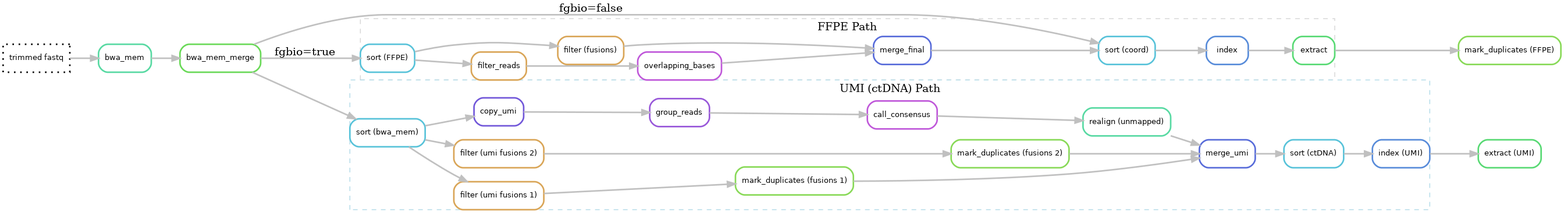
The Graphviz diagram docs/images/alignment.png in genomic-medicine-sweden/Twist_Solid, before a commit. Its source is kept beside it as docs/images/alignment.dot. Its diagram source:
```dot
digraph snakemake_dag {
    rankdir=LR;
    graph[bgcolor=white, margin=0];
    node[shape=box, style=rounded, fontname=sans, fontsize=10, penwidth=2];
    edge[penwidth=2, color=grey];

    8[label = "trimmed fastq", color = "0.0 0.0 0.0", style="dotted"];

    5[label = "bwa_mem", color = "0.43 0.6 0.85", style="rounded"];
    4[label = "bwa_mem_merge", color = "0.31 0.6 0.85", style="rounded"];

    8 -> 5
    5 -> 4

    subgraph cluster_ffpe {
        label = "FFPE Path";
        color = lightgrey;
        style = dashed;

        f1[label = "filter_reads", color = "0.1 0.6 0.85", style="rounded"];
        f1f[label = "filter (fusions)", color = "0.1 0.6 0.85", style="rounded"];
        s1[label = "sort (FFPE)", color = "0.53 0.6 0.85", style="rounded"];
        o1[label = "overlapping_bases", color = "0.80 0.6 0.85", style="rounded"];
        m1[label = "merge_final", color = "0.64 0.6 0.85", style="rounded"];
        s1f[label = "sort (coord)", color = "0.53 0.6 0.85", style="rounded"];
        i1[label = "index", color = "0.60 0.6 0.85", style="rounded"];
        ex1[label = "extract", color = "0.37 0.6 0.85", style="rounded"];
        d1[label = "mark_duplicates (FFPE)", color = "0.27 0.6 0.85", style="rounded"];

        s1 -> f1
        s1 -> f1f
        f1 -> o1
        o1 -> m1
        f1f -> m1
        m1 -> s1f
        s1f -> i1
        i1 -> ex1
        ex1 -> d1
    }

    subgraph cluster_umi {
        label = "UMI (ctDNA) Path";
        color = lightblue;
        style = dashed;

        f2f1[label = "filter (umi fusions 1)", color = "0.1 0.6 0.85", style="rounded"];
        f2f2[label = "filter (umi fusions 2)", color = "0.1 0.6 0.85", style="rounded"];
        s0[label = "sort (bwa_mem)", color = "0.53 0.6 0.85", style="rounded"];
        20[label = "copy_umi", color = "0.70 0.6 0.85", style="rounded"];
        21[label = "group_reads", color = "0.75 0.6 0.85", style="rounded"];
        22[label = "call_consensus", color = "0.80 0.6 0.85", style="rounded"];
        re_unm[label = "realign (unmapped)", color = "0.43 0.6 0.85", style="rounded"];
        d_f1[label = "mark_duplicates (fusions 1)", color = "0.27 0.6 0.85", style="rounded"];
        d_f2[label = "mark_duplicates (fusions 2)", color = "0.27 0.6 0.85", style="rounded"];
        m2[label = "merge_umi", color = "0.64 0.6 0.85", style="rounded"];
        s2[label = "sort (ctDNA)", color = "0.53 0.6 0.85", style="rounded"];
        i2[label = "index (UMI)", color = "0.60 0.6 0.85", style="rounded"];
        ex2[label = "extract (UMI)", color = "0.37 0.6 0.85", style="rounded"];

        s0 -> f2f1
        s0 -> f2f2
        s0 -> 20
        20 -> 21
        21 -> 22
        22 -> re_unm
        f2f1 -> d_f1
        f2f2 -> d_f2
        d_f1 -> m2
        d_f2 -> m2
        re_unm -> m2
        m2 -> s2
        s2 -> i2
        i2 -> ex2
    }

    4 -> s1 [label="fgbio=true"]
    4 -> s1f [label="fgbio=false"]

    4 -> s0

    { rank = same; d1; ex2; }
}

```
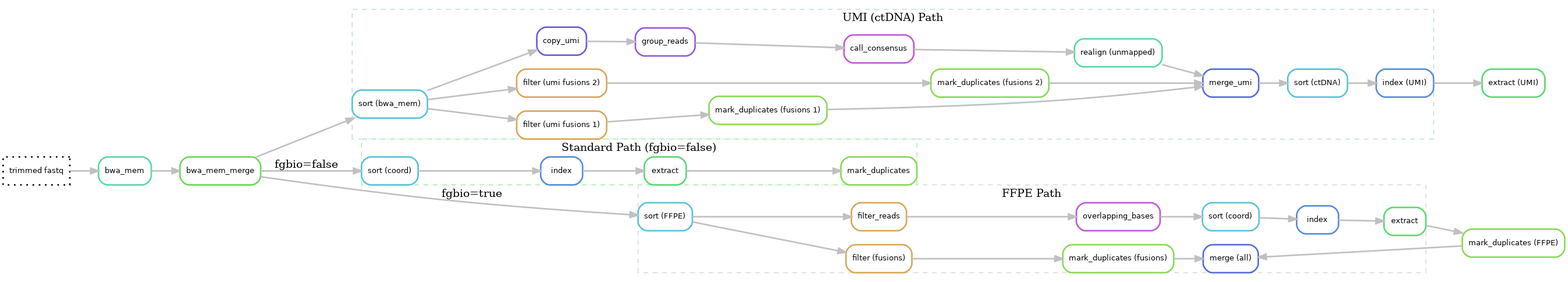
After the change.

Commit message:
feat: improved command order for FFPE fgbio=true

Change to the diagram source:
```diff
@@ -21,21 +21,23 @@
         f1f[label = "filter (fusions)", color = "0.1 0.6 0.85", style="rounded"];
         s1[label = "sort (FFPE)", color = "0.53 0.6 0.85", style="rounded"];
         o1[label = "overlapping_bases", color = "0.80 0.6 0.85", style="rounded"];
-        m1[label = "merge_final", color = "0.64 0.6 0.85", style="rounded"];
         s1f[label = "sort (coord)", color = "0.53 0.6 0.85", style="rounded"];
         i1[label = "index", color = "0.60 0.6 0.85", style="rounded"];
         ex1[label = "extract", color = "0.37 0.6 0.85", style="rounded"];
         d1[label = "mark_duplicates (FFPE)", color = "0.27 0.6 0.85", style="rounded"];
+        d1f[label = "mark_duplicates (fusions)", color = "0.27 0.6 0.85", style="rounded"];
+        m1[label = "merge (all)", color = "0.64 0.6 0.85", style="rounded"];
 
         s1 -> f1
         s1 -> f1f
         f1 -> o1
-        o1 -> m1
-        f1f -> m1
-        m1 -> s1f
+        o1 -> s1f
         s1f -> i1
         i1 -> ex1
         ex1 -> d1
+        f1f -> d1f
+        d1 -> m1
+        d1f -> m1
     }
 
     subgraph cluster_umi {
@@ -73,8 +75,24 @@
         i2 -> ex2
     }
 
+    subgraph cluster_std {
+        label = "Standard Path (fgbio=false)";
+        color = lightgreen;
+        style = dashed;
+
+        s_std[label = "sort (coord)", color = "0.53 0.6 0.85", style="rounded"];
+        i_std[label = "index", color = "0.60 0.6 0.85", style="rounded"];
+        ex_std[label = "extract", color = "0.37 0.6 0.85", style="rounded"];
+        d_std[label = "mark_duplicates", color = "0.27 0.6 0.85", style="rounded"];
+
+        s_std -> i_std
+        i_std -> ex_std
+        ex_std -> d_std
+    }
+
     4 -> s1 [label="fgbio=true"]
-    4 -> s1f [label="fgbio=false"]
+
+    4 -> s_std [label="fgbio=false"]
 
     4 -> s0
 
```
